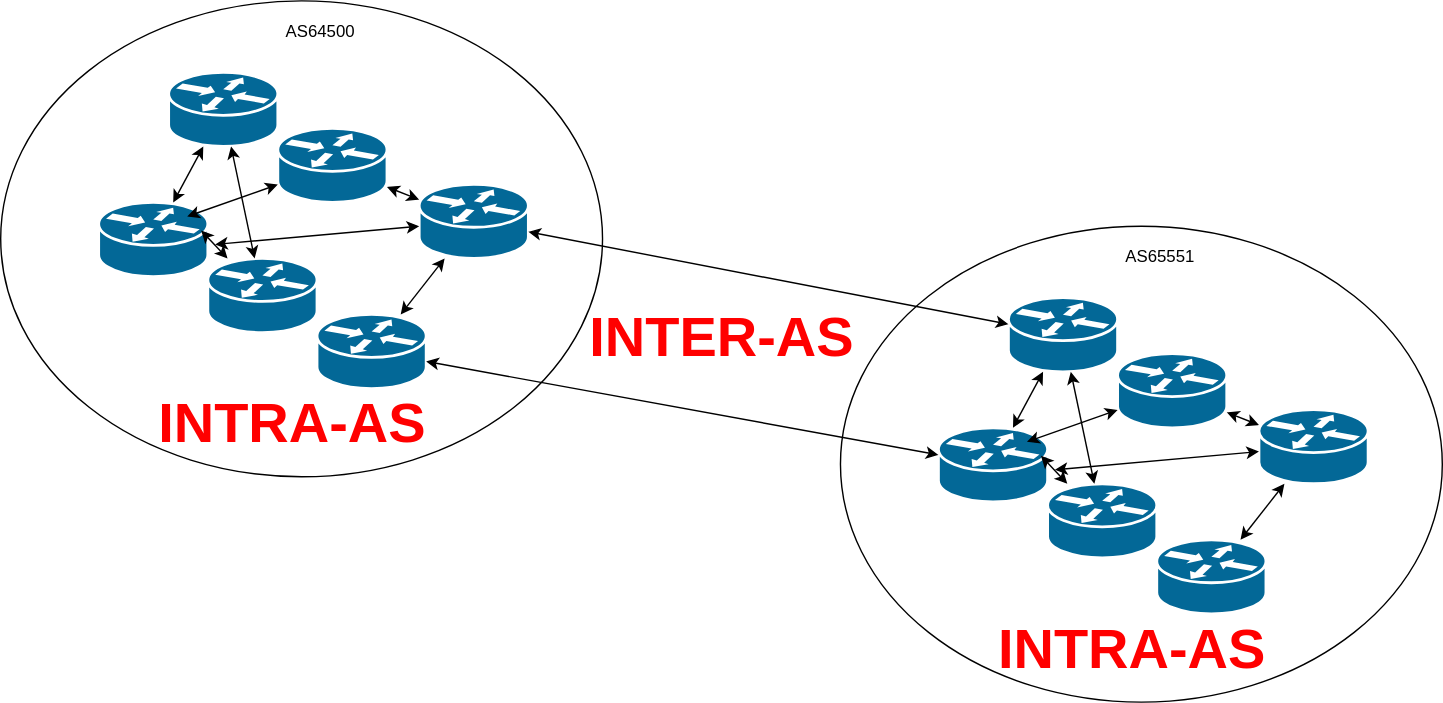
The draw.io diagram media/BGP_intra-inter.svg in Peering101/peering101-it.github.io, before a commit. Source tidied: cells renumbered, new cells last; positions are measured from the earlier drawing's top-left corner, leaving out a move shared by most shapes. The source it was exported from:
```xml
<mxGraphModel background="#ffffff">
  <root>
    <mxCell id="0" />
    <mxCell id="1" parent="0" />
    <mxCell id="2" style="ellipse;whiteSpace=wrap;html=1;" parent="1" vertex="1">
      <mxGeometry width="430" height="340" as="geometry" />
    </mxCell>
    <mxCell id="3" style="shape=mxgraph.cisco.routers.router;html=1;dashed=0;fillColor=#036897;strokeColor=#ffffff;strokeWidth=2;verticalLabelPosition=bottom;verticalAlign=top;align=center;outlineConnect=0;" parent="1" vertex="1">
      <mxGeometry x="120" y="51" width="78" height="53" as="geometry" />
    </mxCell>
    <mxCell id="4" style="shape=mxgraph.cisco.routers.router;html=1;dashed=0;fillColor=#036897;strokeColor=#ffffff;strokeWidth=2;verticalLabelPosition=bottom;verticalAlign=top;align=center;outlineConnect=0;" parent="1" vertex="1">
      <mxGeometry x="198" y="91" width="78" height="53" as="geometry" />
    </mxCell>
    <mxCell id="5" style="shape=mxgraph.cisco.routers.router;html=1;dashed=0;fillColor=#036897;strokeColor=#ffffff;strokeWidth=2;verticalLabelPosition=bottom;verticalAlign=top;align=center;outlineConnect=0;" parent="1" vertex="1">
      <mxGeometry x="299" y="131" width="78" height="53" as="geometry" />
    </mxCell>
    <mxCell id="6" style="shape=mxgraph.cisco.routers.router;html=1;dashed=0;fillColor=#036897;strokeColor=#ffffff;strokeWidth=2;verticalLabelPosition=bottom;verticalAlign=top;align=center;outlineConnect=0;" parent="1" vertex="1">
      <mxGeometry x="70" y="144" width="78" height="53" as="geometry" />
    </mxCell>
    <mxCell id="7" style="shape=mxgraph.cisco.routers.router;html=1;dashed=0;fillColor=#036897;strokeColor=#ffffff;strokeWidth=2;verticalLabelPosition=bottom;verticalAlign=top;align=center;outlineConnect=0;" parent="1" vertex="1">
      <mxGeometry x="148" y="184" width="78" height="53" as="geometry" />
    </mxCell>
    <mxCell id="8" style="shape=mxgraph.cisco.routers.router;html=1;dashed=0;fillColor=#036897;strokeColor=#ffffff;strokeWidth=2;verticalLabelPosition=bottom;verticalAlign=top;align=center;outlineConnect=0;" parent="1" vertex="1">
      <mxGeometry x="226" y="224" width="78" height="53" as="geometry" />
    </mxCell>
    <mxCell id="9" value="AS64500" style="text;html=1;align=center;verticalAlign=middle;fillColor=none;strokeColor=none;rounded=0;" parent="1" vertex="1">
      <mxGeometry x="198" y="11" width="60" height="20" as="geometry" />
    </mxCell>
    <mxCell id="10" style="endArrow=classic;startArrow=classic;html=1;" parent="1" edge="1" source="6" target="3">
      <mxGeometry relative="1" as="geometry" />
    </mxCell>
    <mxCell id="11" style="endArrow=classic;startArrow=classic;html=1;" parent="1" edge="1" target="4">
      <mxGeometry relative="1" as="geometry">
        <mxPoint x="133.2" y="154" as="sourcePoint" />
      </mxGeometry>
    </mxCell>
    <mxCell id="12" style="endArrow=classic;startArrow=classic;html=1;" parent="1" edge="1" target="7">
      <mxGeometry relative="1" as="geometry">
        <mxPoint x="143.2" y="164" as="sourcePoint" />
      </mxGeometry>
    </mxCell>
    <mxCell id="13" style="endArrow=classic;startArrow=classic;html=1;" parent="1" edge="1" target="5">
      <mxGeometry relative="1" as="geometry">
        <mxPoint x="153.2" y="174" as="sourcePoint" />
      </mxGeometry>
    </mxCell>
    <mxCell id="14" style="endArrow=classic;startArrow=classic;html=1;" parent="1" edge="1" source="8" target="5">
      <mxGeometry relative="1" as="geometry" />
    </mxCell>
    <mxCell id="15" style="endArrow=classic;startArrow=classic;html=1;" parent="1" edge="1" source="7" target="3">
      <mxGeometry relative="1" as="geometry" />
    </mxCell>
    <mxCell id="16" style="endArrow=classic;startArrow=classic;html=1;" parent="1" edge="1" source="5" target="4">
      <mxGeometry relative="1" as="geometry" />
    </mxCell>
    <mxCell id="17" value="&lt;font color=&quot;#ff0000&quot; size=&quot;1&quot;&gt;&lt;b style=&quot;font-size: 40px&quot;&gt;INTRA-AS&lt;/b&gt;&lt;/font&gt;" style="text;html=1;align=center;verticalAlign=middle;fillColor=none;strokeColor=none;rounded=0;" parent="1" vertex="1">
      <mxGeometry x="103" y="286" width="210" height="30" as="geometry" />
    </mxCell>
    <mxCell id="18" style="ellipse;whiteSpace=wrap;html=1;" parent="1" vertex="1">
      <mxGeometry x="600" y="161" width="430" height="340" as="geometry" />
    </mxCell>
    <mxCell id="19" style="shape=mxgraph.cisco.routers.router;html=1;dashed=0;fillColor=#036897;strokeColor=#ffffff;strokeWidth=2;verticalLabelPosition=bottom;verticalAlign=top;align=center;outlineConnect=0;" parent="1" vertex="1">
      <mxGeometry x="720" y="212" width="78" height="53" as="geometry" />
    </mxCell>
    <mxCell id="20" style="shape=mxgraph.cisco.routers.router;html=1;dashed=0;fillColor=#036897;strokeColor=#ffffff;strokeWidth=2;verticalLabelPosition=bottom;verticalAlign=top;align=center;outlineConnect=0;" parent="1" vertex="1">
      <mxGeometry x="798" y="252" width="78" height="53" as="geometry" />
    </mxCell>
    <mxCell id="21" style="shape=mxgraph.cisco.routers.router;html=1;dashed=0;fillColor=#036897;strokeColor=#ffffff;strokeWidth=2;verticalLabelPosition=bottom;verticalAlign=top;align=center;outlineConnect=0;" parent="1" vertex="1">
      <mxGeometry x="899" y="292" width="78" height="53" as="geometry" />
    </mxCell>
    <mxCell id="22" style="shape=mxgraph.cisco.routers.router;html=1;dashed=0;fillColor=#036897;strokeColor=#ffffff;strokeWidth=2;verticalLabelPosition=bottom;verticalAlign=top;align=center;outlineConnect=0;" parent="1" vertex="1">
      <mxGeometry x="670" y="305" width="78" height="53" as="geometry" />
    </mxCell>
    <mxCell id="23" style="shape=mxgraph.cisco.routers.router;html=1;dashed=0;fillColor=#036897;strokeColor=#ffffff;strokeWidth=2;verticalLabelPosition=bottom;verticalAlign=top;align=center;outlineConnect=0;" parent="1" vertex="1">
      <mxGeometry x="748" y="345" width="78" height="53" as="geometry" />
    </mxCell>
    <mxCell id="24" style="shape=mxgraph.cisco.routers.router;html=1;dashed=0;fillColor=#036897;strokeColor=#ffffff;strokeWidth=2;verticalLabelPosition=bottom;verticalAlign=top;align=center;outlineConnect=0;" parent="1" vertex="1">
      <mxGeometry x="826" y="385" width="78" height="53" as="geometry" />
    </mxCell>
    <mxCell id="25" value="AS65551" style="text;html=1;align=center;verticalAlign=middle;fillColor=none;strokeColor=none;rounded=0;" parent="1" vertex="1">
      <mxGeometry x="798" y="172" width="60" height="20" as="geometry" />
    </mxCell>
    <mxCell id="26" style="endArrow=classic;startArrow=classic;html=1;" parent="1" edge="1" source="22" target="19">
      <mxGeometry relative="1" as="geometry" />
    </mxCell>
    <mxCell id="27" style="endArrow=classic;startArrow=classic;html=1;" parent="1" edge="1" target="20">
      <mxGeometry relative="1" as="geometry">
        <mxPoint x="733.2" y="315" as="sourcePoint" />
      </mxGeometry>
    </mxCell>
    <mxCell id="28" style="endArrow=classic;startArrow=classic;html=1;" parent="1" edge="1" target="23">
      <mxGeometry relative="1" as="geometry">
        <mxPoint x="743.2" y="325" as="sourcePoint" />
      </mxGeometry>
    </mxCell>
    <mxCell id="29" style="endArrow=classic;startArrow=classic;html=1;" parent="1" edge="1" target="21">
      <mxGeometry relative="1" as="geometry">
        <mxPoint x="753.2" y="335" as="sourcePoint" />
      </mxGeometry>
    </mxCell>
    <mxCell id="30" style="endArrow=classic;startArrow=classic;html=1;" parent="1" edge="1" source="24" target="21">
      <mxGeometry relative="1" as="geometry" />
    </mxCell>
    <mxCell id="31" style="endArrow=classic;startArrow=classic;html=1;" parent="1" edge="1" source="23" target="19">
      <mxGeometry relative="1" as="geometry" />
    </mxCell>
    <mxCell id="32" style="endArrow=classic;startArrow=classic;html=1;" parent="1" edge="1" source="21" target="20">
      <mxGeometry relative="1" as="geometry" />
    </mxCell>
    <mxCell id="33" value="&lt;font color=&quot;#ff0000&quot; size=&quot;1&quot;&gt;&lt;b style=&quot;font-size: 40px&quot;&gt;INTRA-AS&lt;/b&gt;&lt;/font&gt;" style="text;html=1;align=center;verticalAlign=middle;fillColor=none;strokeColor=none;rounded=0;" parent="1" vertex="1">
      <mxGeometry x="703" y="447" width="210" height="30" as="geometry" />
    </mxCell>
    <mxCell id="34" style="endArrow=classic;startArrow=classic;html=1;" parent="1" edge="1" source="19" target="5">
      <mxGeometry relative="1" as="geometry" />
    </mxCell>
    <mxCell id="35" style="endArrow=classic;startArrow=classic;html=1;" parent="1" edge="1" source="22" target="8">
      <mxGeometry relative="1" as="geometry" />
    </mxCell>
    <mxCell id="36" value="&lt;font color=&quot;#ff0000&quot; size=&quot;1&quot;&gt;&lt;b style=&quot;font-size: 40px&quot;&gt;INTER-AS&lt;/b&gt;&lt;/font&gt;" style="text;html=1;align=center;verticalAlign=middle;fillColor=none;strokeColor=none;rounded=0;" parent="1" vertex="1">
      <mxGeometry x="415" y="224" width="200" height="30" as="geometry" />
    </mxCell>
  </root>
</mxGraphModel>
```
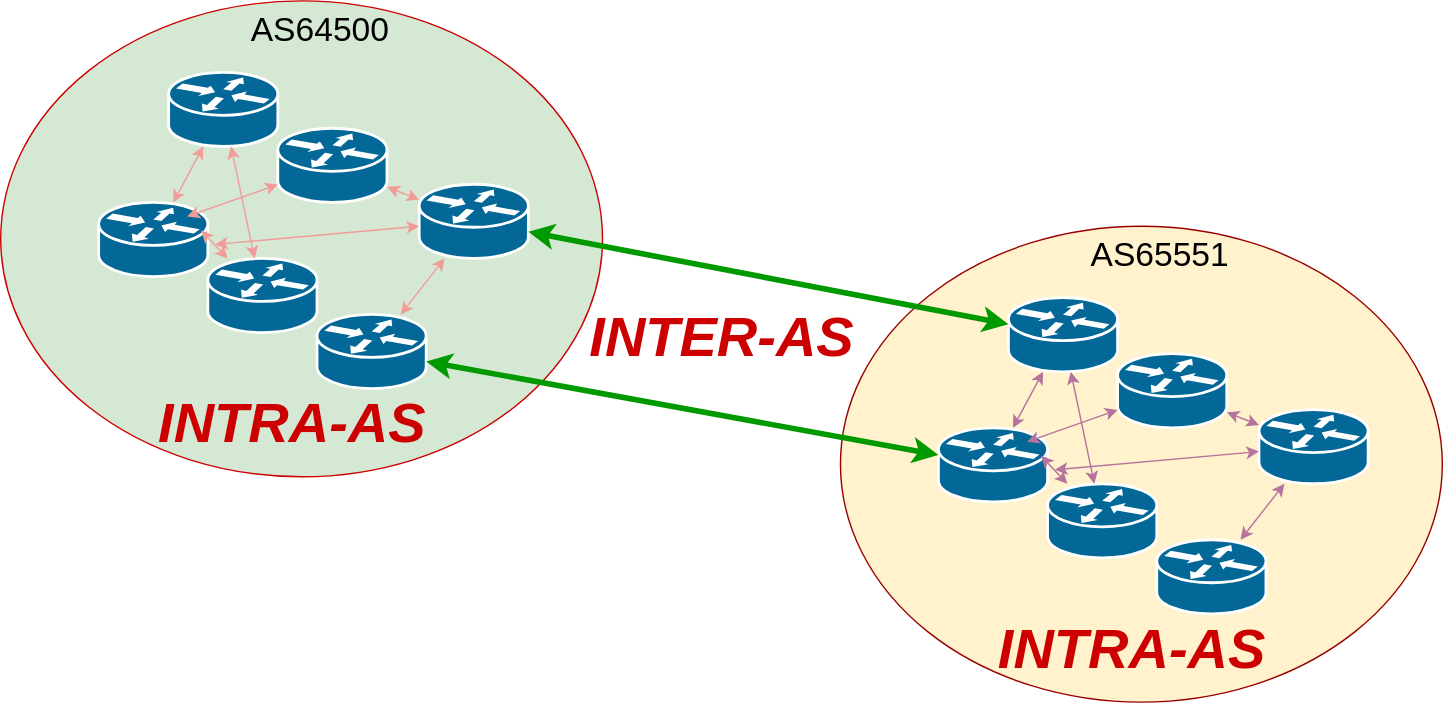
After the change.

Change to the diagram source:
```diff
@@ -2,7 +2,7 @@
   <root>
     <mxCell id="0" />
     <mxCell id="1" parent="0" />
-    <mxCell id="2" style="ellipse;whiteSpace=wrap;html=1;" parent="1" vertex="1">
+    <mxCell id="2" style="ellipse;whiteSpace=wrap;html=1;fillColor=#d5e8d4;strokeColor=#CC0000;" parent="1" vertex="1">
       <mxGeometry width="430" height="340" as="geometry" />
     </mxCell>
     <mxCell id="3" style="shape=mxgraph.cisco.routers.router;html=1;dashed=0;fillColor=#036897;strokeColor=#ffffff;strokeWidth=2;verticalLabelPosition=bottom;verticalAlign=top;align=center;outlineConnect=0;" parent="1" vertex="1">
@@ -23,40 +23,40 @@
     <mxCell id="8" style="shape=mxgraph.cisco.routers.router;html=1;dashed=0;fillColor=#036897;strokeColor=#ffffff;strokeWidth=2;verticalLabelPosition=bottom;verticalAlign=top;align=center;outlineConnect=0;" parent="1" vertex="1">
       <mxGeometry x="226" y="224" width="78" height="53" as="geometry" />
     </mxCell>
-    <mxCell id="9" value="AS64500" style="text;html=1;align=center;verticalAlign=middle;fillColor=none;strokeColor=none;rounded=0;" parent="1" vertex="1">
-      <mxGeometry x="198" y="11" width="60" height="20" as="geometry" />
+    <mxCell id="9" value="&lt;font style=&quot;font-size: 24px&quot;&gt;AS64500&lt;/font&gt;" style="text;html=1;align=center;verticalAlign=middle;fillColor=none;strokeColor=none;rounded=0;" parent="1" vertex="1">
+      <mxGeometry x="173" y="11" width="110" height="20" as="geometry" />
     </mxCell>
-    <mxCell id="10" style="endArrow=classic;startArrow=classic;html=1;" parent="1" edge="1" source="6" target="3">
+    <mxCell id="10" style="endArrow=classic;startArrow=classic;html=1;strokeColor=#F19C99;" parent="1" edge="1" source="6" target="3">
       <mxGeometry relative="1" as="geometry" />
     </mxCell>
-    <mxCell id="11" style="endArrow=classic;startArrow=classic;html=1;" parent="1" edge="1" target="4">
+    <mxCell id="11" style="endArrow=classic;startArrow=classic;html=1;strokeColor=#F19C99;" parent="1" edge="1" target="4">
       <mxGeometry relative="1" as="geometry">
         <mxPoint x="133.2" y="154" as="sourcePoint" />
       </mxGeometry>
     </mxCell>
-    <mxCell id="12" style="endArrow=classic;startArrow=classic;html=1;" parent="1" edge="1" target="7">
+    <mxCell id="12" style="endArrow=classic;startArrow=classic;html=1;strokeColor=#F19C99;" parent="1" edge="1" target="7">
       <mxGeometry relative="1" as="geometry">
         <mxPoint x="143.2" y="164" as="sourcePoint" />
       </mxGeometry>
     </mxCell>
-    <mxCell id="13" style="endArrow=classic;startArrow=classic;html=1;" parent="1" edge="1" target="5">
+    <mxCell id="13" style="endArrow=classic;startArrow=classic;html=1;strokeColor=#F19C99;" parent="1" edge="1" target="5">
       <mxGeometry relative="1" as="geometry">
         <mxPoint x="153.2" y="174" as="sourcePoint" />
       </mxGeometry>
     </mxCell>
-    <mxCell id="14" style="endArrow=classic;startArrow=classic;html=1;" parent="1" edge="1" source="8" target="5">
+    <mxCell id="14" style="endArrow=classic;startArrow=classic;html=1;strokeColor=#F19C99;" parent="1" edge="1" source="8" target="5">
       <mxGeometry relative="1" as="geometry" />
     </mxCell>
-    <mxCell id="15" style="endArrow=classic;startArrow=classic;html=1;" parent="1" edge="1" source="7" target="3">
+    <mxCell id="15" style="endArrow=classic;startArrow=classic;html=1;strokeColor=#F19C99;" parent="1" edge="1" source="7" target="3">
       <mxGeometry relative="1" as="geometry" />
     </mxCell>
-    <mxCell id="16" style="endArrow=classic;startArrow=classic;html=1;" parent="1" edge="1" source="5" target="4">
+    <mxCell id="16" style="endArrow=classic;startArrow=classic;html=1;strokeColor=#F19C99;" parent="1" edge="1" source="5" target="4">
       <mxGeometry relative="1" as="geometry" />
     </mxCell>
-    <mxCell id="17" value="&lt;font color=&quot;#ff0000&quot; size=&quot;1&quot;&gt;&lt;b style=&quot;font-size: 40px&quot;&gt;INTRA-AS&lt;/b&gt;&lt;/font&gt;" style="text;html=1;align=center;verticalAlign=middle;fillColor=none;strokeColor=none;rounded=0;" parent="1" vertex="1">
+    <mxCell id="17" value="&lt;font size=&quot;1&quot; color=&quot;#cc0000&quot;&gt;&lt;b style=&quot;font-size: 40px&quot;&gt;&lt;i&gt;INTRA-AS&lt;/i&gt;&lt;/b&gt;&lt;/font&gt;" style="text;html=1;align=center;verticalAlign=middle;rounded=0;" parent="1" vertex="1">
       <mxGeometry x="103" y="286" width="210" height="30" as="geometry" />
     </mxCell>
-    <mxCell id="18" style="ellipse;whiteSpace=wrap;html=1;" parent="1" vertex="1">
+    <mxCell id="18" style="ellipse;whiteSpace=wrap;html=1;fillColor=#fff2cc;strokeColor=#990000;" parent="1" vertex="1">
       <mxGeometry x="600" y="161" width="430" height="340" as="geometry" />
     </mxCell>
     <mxCell id="19" style="shape=mxgraph.cisco.routers.router;html=1;dashed=0;fillColor=#036897;strokeColor=#ffffff;strokeWidth=2;verticalLabelPosition=bottom;verticalAlign=top;align=center;outlineConnect=0;" parent="1" vertex="1">
@@ -77,46 +77,46 @@
     <mxCell id="24" style="shape=mxgraph.cisco.routers.router;html=1;dashed=0;fillColor=#036897;strokeColor=#ffffff;strokeWidth=2;verticalLabelPosition=bottom;verticalAlign=top;align=center;outlineConnect=0;" parent="1" vertex="1">
       <mxGeometry x="826" y="385" width="78" height="53" as="geometry" />
     </mxCell>
-    <mxCell id="25" value="AS65551" style="text;html=1;align=center;verticalAlign=middle;fillColor=none;strokeColor=none;rounded=0;" parent="1" vertex="1">
-      <mxGeometry x="798" y="172" width="60" height="20" as="geometry" />
+    <mxCell id="25" value="&lt;font style=&quot;font-size: 24px&quot;&gt;AS65551&lt;/font&gt;" style="text;html=1;align=center;verticalAlign=middle;fillColor=none;strokeColor=none;rounded=0;" parent="1" vertex="1">
+      <mxGeometry x="773" y="172" width="110" height="20" as="geometry" />
     </mxCell>
-    <mxCell id="26" style="endArrow=classic;startArrow=classic;html=1;" parent="1" edge="1" source="22" target="19">
+    <mxCell id="26" style="endArrow=classic;startArrow=classic;html=1;strokeColor=#B5739D;" parent="1" edge="1" source="22" target="19">
       <mxGeometry relative="1" as="geometry" />
     </mxCell>
-    <mxCell id="27" style="endArrow=classic;startArrow=classic;html=1;" parent="1" edge="1" target="20">
+    <mxCell id="27" style="endArrow=classic;startArrow=classic;html=1;strokeColor=#B5739D;" parent="1" edge="1" target="20">
       <mxGeometry relative="1" as="geometry">
         <mxPoint x="733.2" y="315" as="sourcePoint" />
       </mxGeometry>
     </mxCell>
-    <mxCell id="28" style="endArrow=classic;startArrow=classic;html=1;" parent="1" edge="1" target="23">
+    <mxCell id="28" style="endArrow=classic;startArrow=classic;html=1;strokeColor=#B5739D;" parent="1" edge="1" target="23">
       <mxGeometry relative="1" as="geometry">
         <mxPoint x="743.2" y="325" as="sourcePoint" />
       </mxGeometry>
     </mxCell>
-    <mxCell id="29" style="endArrow=classic;startArrow=classic;html=1;" parent="1" edge="1" target="21">
+    <mxCell id="29" style="endArrow=classic;startArrow=classic;html=1;strokeColor=#B5739D;" parent="1" edge="1" target="21">
       <mxGeometry relative="1" as="geometry">
         <mxPoint x="753.2" y="335" as="sourcePoint" />
       </mxGeometry>
     </mxCell>
-    <mxCell id="30" style="endArrow=classic;startArrow=classic;html=1;" parent="1" edge="1" source="24" target="21">
+    <mxCell id="30" style="endArrow=classic;startArrow=classic;html=1;strokeColor=#B5739D;" parent="1" edge="1" source="24" target="21">
       <mxGeometry relative="1" as="geometry" />
     </mxCell>
-    <mxCell id="31" style="endArrow=classic;startArrow=classic;html=1;" parent="1" edge="1" source="23" target="19">
+    <mxCell id="31" style="endArrow=classic;startArrow=classic;html=1;strokeColor=#B5739D;" parent="1" edge="1" source="23" target="19">
       <mxGeometry relative="1" as="geometry" />
     </mxCell>
-    <mxCell id="32" style="endArrow=classic;startArrow=classic;html=1;" parent="1" edge="1" source="21" target="20">
+    <mxCell id="32" style="endArrow=classic;startArrow=classic;html=1;strokeColor=#B5739D;" parent="1" edge="1" source="21" target="20">
       <mxGeometry relative="1" as="geometry" />
     </mxCell>
-    <mxCell id="33" value="&lt;font color=&quot;#ff0000&quot; size=&quot;1&quot;&gt;&lt;b style=&quot;font-size: 40px&quot;&gt;INTRA-AS&lt;/b&gt;&lt;/font&gt;" style="text;html=1;align=center;verticalAlign=middle;fillColor=none;strokeColor=none;rounded=0;" parent="1" vertex="1">
+    <mxCell id="33" value="&lt;font size=&quot;1&quot; color=&quot;#cc0000&quot;&gt;&lt;b style=&quot;font-size: 40px&quot;&gt;&lt;i&gt;INTRA-AS&lt;/i&gt;&lt;/b&gt;&lt;/font&gt;" style="text;html=1;align=center;verticalAlign=middle;fillColor=none;strokeColor=none;rounded=0;" parent="1" vertex="1">
       <mxGeometry x="703" y="447" width="210" height="30" as="geometry" />
     </mxCell>
-    <mxCell id="34" style="endArrow=classic;startArrow=classic;html=1;" parent="1" edge="1" source="19" target="5">
+    <mxCell id="34" style="endArrow=classic;startArrow=classic;html=1;fillColor=#dae8fc;strokeColor=#009900;strokeWidth=4;" parent="1" edge="1" source="19" target="5">
       <mxGeometry relative="1" as="geometry" />
     </mxCell>
-    <mxCell id="35" style="endArrow=classic;startArrow=classic;html=1;" parent="1" edge="1" source="22" target="8">
+    <mxCell id="35" style="endArrow=classic;startArrow=classic;html=1;fillColor=#dae8fc;strokeColor=#009900;strokeWidth=4;" parent="1" edge="1" source="22" target="8">
       <mxGeometry relative="1" as="geometry" />
     </mxCell>
-    <mxCell id="36" value="&lt;font color=&quot;#ff0000&quot; size=&quot;1&quot;&gt;&lt;b style=&quot;font-size: 40px&quot;&gt;INTER-AS&lt;/b&gt;&lt;/font&gt;" style="text;html=1;align=center;verticalAlign=middle;fillColor=none;strokeColor=none;rounded=0;" parent="1" vertex="1">
+    <mxCell id="36" value="&lt;font size=&quot;1&quot; color=&quot;#cc0000&quot;&gt;&lt;b style=&quot;font-size: 40px&quot;&gt;&lt;i&gt;INTER-AS&lt;/i&gt;&lt;/b&gt;&lt;/font&gt;" style="text;html=1;align=center;verticalAlign=middle;fillColor=none;strokeColor=none;rounded=0;" parent="1" vertex="1">
       <mxGeometry x="415" y="224" width="200" height="30" as="geometry" />
     </mxCell>
   </root>
```
